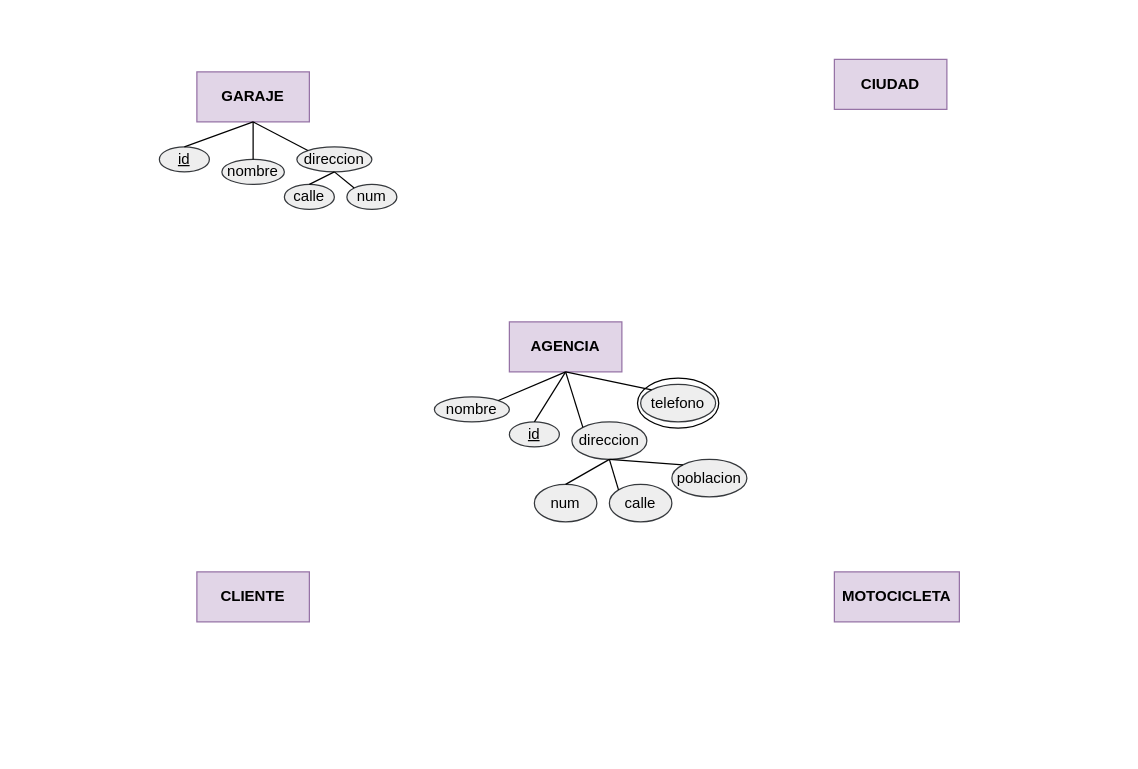
Earlier version of the draw.io diagram diagrama ER motocicletas TBD.drawio (misiomishi/itcj). Source tidied: cells renumbered, new cells numbered last; positions are measured from the earlier drawing's top-left corner, leaving out a move shared by most shapes. Both pictures are drawn from the tidied source at 125%, with x=0, y=0 at pixel (159, 59).
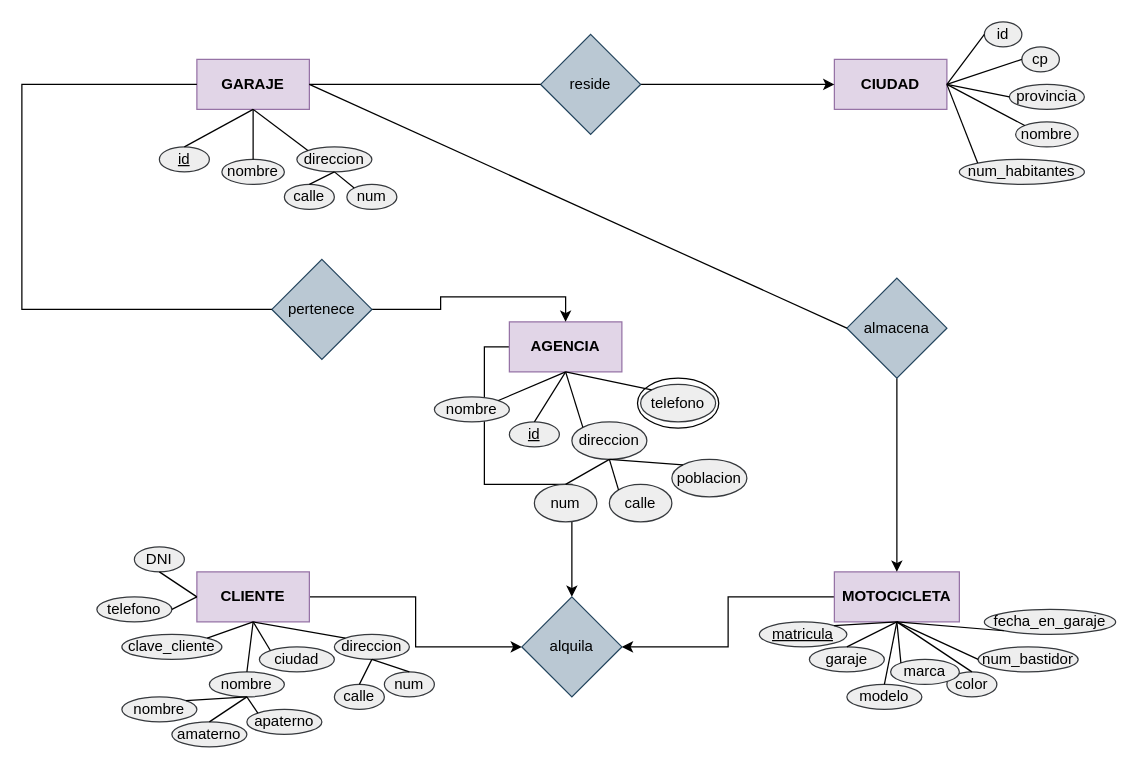
The same page after the edit.

The change refers to these unchanged cells:
```xml
<mxCell id="2" value="AGENCIA" style="rounded=0;whiteSpace=wrap;html=1;fillColor=#e1d5e7;strokeColor=#9673a6;fontStyle=1;" parent="1" vertex="1">
  <mxGeometry x="280" y="210" width="90" height="40" as="geometry" />
</mxCell>
<mxCell id="3" value="CLIENTE" style="rounded=0;whiteSpace=wrap;html=1;fillColor=#e1d5e7;strokeColor=#9673a6;fontStyle=1;" parent="1" vertex="1">
  <mxGeometry x="30" y="410" width="90" height="40" as="geometry" />
</mxCell>
<mxCell id="5" value="CIUDAD" style="rounded=0;whiteSpace=wrap;html=1;fillColor=#e1d5e7;strokeColor=#9673a6;fontStyle=1;" parent="1" vertex="1">
  <mxGeometry x="540" width="90" height="40" as="geometry" />
</mxCell>
<mxCell id="6" value="MOTOCICLETA" style="rounded=0;whiteSpace=wrap;html=1;fillColor=#e1d5e7;strokeColor=#9673a6;fontStyle=1;" parent="1" vertex="1">
  <mxGeometry x="540" y="410" width="100" height="40" as="geometry" />
</mxCell>
```

Change to the diagram source:
```diff
@@
+    <mxCell id="32" style="edgeStyle=orthogonalEdgeStyle;rounded=0;jettySize=auto;html=1;exitX=0;exitY=0.5;exitDx=0;exitDy=0;entryX=0.5;entryY=0;entryDx=0;entryDy=0;" parent="1" edge="1" source="2" target="87">
+      <mxGeometry relative="1" as="geometry" />
+    </mxCell>
@@
+    <mxCell id="33" style="edgeStyle=orthogonalEdgeStyle;rounded=0;jettySize=auto;html=1;exitX=1;exitY=0.5;exitDx=0;exitDy=0;entryX=0;entryY=0.5;entryDx=0;entryDy=0;" parent="1" edge="1" source="3" target="87">
+      <mxGeometry relative="1" as="geometry" />
+    </mxCell>
@@
     <mxCell id="4" value="GARAJE" style="rounded=0;whiteSpace=wrap;html=1;fillColor=#e1d5e7;strokeColor=#9673a6;fontStyle=1;" parent="1" vertex="1">
-      <mxGeometry x="30" y="10" width="90" height="40" as="geometry" />
+      <mxGeometry x="30" width="90" height="40" as="geometry" />
     </mxCell>
@@
+    <mxCell id="34" style="edgeStyle=orthogonalEdgeStyle;rounded=0;jettySize=auto;html=1;exitX=0;exitY=0.5;exitDx=0;exitDy=0;entryX=1;entryY=0.5;entryDx=0;entryDy=0;" parent="1" edge="1" source="6" target="87">
+      <mxGeometry relative="1" as="geometry" />
+    </mxCell>
@@
+    <mxCell id="35" value="id" style="ellipse;whiteSpace=wrap;html=1;fillColor=#eeeeee;strokeColor=#36393d;" parent="1" vertex="1">
+      <mxGeometry x="660" y="-30" width="30" height="20" as="geometry" />
+    </mxCell>
+    <mxCell id="36" value="nombre" style="ellipse;whiteSpace=wrap;html=1;fillColor=#eeeeee;strokeColor=#36393d;" parent="1" vertex="1">
+      <mxGeometry x="685" y="50" width="50" height="20" as="geometry" />
+    </mxCell>
+    <mxCell id="37" value="provincia" style="ellipse;whiteSpace=wrap;html=1;fillColor=#eeeeee;strokeColor=#36393d;" parent="1" vertex="1">
+      <mxGeometry x="680" y="20" width="60" height="20" as="geometry" />
+    </mxCell>
+    <mxCell id="38" value="num_habitantes" style="ellipse;whiteSpace=wrap;html=1;fillColor=#eeeeee;strokeColor=#36393d;" parent="1" vertex="1">
+      <mxGeometry x="640" y="80" width="100" height="20" as="geometry" />
+    </mxCell>
+    <mxCell id="39" value="cp" style="ellipse;whiteSpace=wrap;html=1;fillColor=#eeeeee;strokeColor=#36393d;" parent="1" vertex="1">
+      <mxGeometry x="690" y="-10" width="30" height="20" as="geometry" />
+    </mxCell>
+    <mxCell id="40" style="endArrow=none;html=1;rounded=0;exitX=1;exitY=0.5;exitDx=0;exitDy=0;entryX=0;entryY=0.5;entryDx=0;entryDy=0;" parent="1" edge="1" source="5" target="35">
+      <mxGeometry relative="1" as="geometry" />
+    </mxCell>
+    <mxCell id="41" style="endArrow=none;html=1;rounded=0;exitX=1;exitY=0.5;exitDx=0;exitDy=0;entryX=0;entryY=0.5;entryDx=0;entryDy=0;" parent="1" edge="1" source="5" target="39">
+      <mxGeometry relative="1" as="geometry" />
+    </mxCell>
+    <mxCell id="42" style="endArrow=none;html=1;rounded=0;exitX=1;exitY=0.5;exitDx=0;exitDy=0;entryX=0;entryY=0.5;entryDx=0;entryDy=0;" parent="1" edge="1" source="5" target="37">
+      <mxGeometry relative="1" as="geometry" />
+    </mxCell>
+    <mxCell id="43" style="endArrow=none;html=1;rounded=0;exitX=1;exitY=0.5;exitDx=0;exitDy=0;entryX=0;entryY=0;entryDx=0;entryDy=0;" parent="1" edge="1" source="5" target="36">
+      <mxGeometry relative="1" as="geometry" />
+    </mxCell>
+    <mxCell id="44" style="endArrow=none;html=1;rounded=0;exitX=1;exitY=0.5;exitDx=0;exitDy=0;entryX=0;entryY=0;entryDx=0;entryDy=0;" parent="1" edge="1" source="5" target="38">
+      <mxGeometry relative="1" as="geometry" />
+    </mxCell>
+    <mxCell id="45" value="clave_cliente" style="ellipse;whiteSpace=wrap;html=1;fillColor=#eeeeee;strokeColor=#36393d;" parent="1" vertex="1">
+      <mxGeometry x="-30" y="460" width="80" height="20" as="geometry" />
+    </mxCell>
+    <mxCell id="46" value="nombre" style="ellipse;whiteSpace=wrap;html=1;fillColor=#eeeeee;strokeColor=#36393d;" parent="1" vertex="1">
+      <mxGeometry x="40" y="490" width="60" height="20" as="geometry" />
+    </mxCell>
+    <mxCell id="47" value="nombre" style="ellipse;whiteSpace=wrap;html=1;fillColor=#eeeeee;strokeColor=#36393d;" parent="1" vertex="1">
+      <mxGeometry x="-30" y="510" width="60" height="20" as="geometry" />
+    </mxCell>
+    <mxCell id="48" value="apaterno" style="ellipse;whiteSpace=wrap;html=1;fillColor=#eeeeee;strokeColor=#36393d;" parent="1" vertex="1">
+      <mxGeometry x="70" y="520" width="60" height="20" as="geometry" />
+    </mxCell>
+    <mxCell id="49" value="amaterno" style="ellipse;whiteSpace=wrap;html=1;fillColor=#eeeeee;strokeColor=#36393d;" parent="1" vertex="1">
+      <mxGeometry x="10" y="530" width="60" height="20" as="geometry" />
+    </mxCell>
+    <mxCell id="50" value="ciudad" style="ellipse;whiteSpace=wrap;html=1;fillColor=#eeeeee;strokeColor=#36393d;" parent="1" vertex="1">
+      <mxGeometry x="80" y="470" width="60" height="20" as="geometry" />
+    </mxCell>
+    <mxCell id="51" value="calle" style="ellipse;whiteSpace=wrap;html=1;fillColor=#eeeeee;strokeColor=#36393d;" parent="1" vertex="1">
+      <mxGeometry x="140" y="500" width="40" height="20" as="geometry" />
+    </mxCell>
+    <mxCell id="52" value="num" style="ellipse;whiteSpace=wrap;html=1;fillColor=#eeeeee;strokeColor=#36393d;" parent="1" vertex="1">
+      <mxGeometry x="180" y="490" width="40" height="20" as="geometry" />
+    </mxCell>
+    <mxCell id="53" value="direccion" style="ellipse;whiteSpace=wrap;html=1;fillColor=#eeeeee;strokeColor=#36393d;" parent="1" vertex="1">
+      <mxGeometry x="140" y="460" width="60" height="20" as="geometry" />
+    </mxCell>
+    <mxCell id="54" value="telefono" style="ellipse;whiteSpace=wrap;html=1;fillColor=#eeeeee;strokeColor=#36393d;" parent="1" vertex="1">
+      <mxGeometry x="-50" y="430" width="60" height="20" as="geometry" />
+    </mxCell>
+    <mxCell id="55" value="DNI" style="ellipse;whiteSpace=wrap;html=1;fillColor=#eeeeee;strokeColor=#36393d;" parent="1" vertex="1">
+      <mxGeometry x="-20" y="390" width="40" height="20" as="geometry" />
+    </mxCell>
+    <mxCell id="56" style="endArrow=none;html=1;rounded=0;entryX=0.5;entryY=1;entryDx=0;entryDy=0;exitX=1;exitY=0;exitDx=0;exitDy=0;" parent="1" edge="1" source="45" target="3">
+      <mxGeometry relative="1" as="geometry" />
+    </mxCell>
+    <mxCell id="57" style="endArrow=none;html=1;rounded=0;entryX=0.5;entryY=1;entryDx=0;entryDy=0;exitX=0.5;exitY=0;exitDx=0;exitDy=0;" parent="1" edge="1" source="46" target="3">
+      <mxGeometry relative="1" as="geometry" />
+    </mxCell>
+    <mxCell id="58" style="endArrow=none;html=1;rounded=0;entryX=0.5;entryY=1;entryDx=0;entryDy=0;exitX=1;exitY=0;exitDx=0;exitDy=0;" parent="1" edge="1" source="47" target="46">
+      <mxGeometry relative="1" as="geometry" />
+    </mxCell>
+    <mxCell id="59" style="endArrow=none;html=1;rounded=0;entryX=0.5;entryY=1;entryDx=0;entryDy=0;exitX=0.5;exitY=0;exitDx=0;exitDy=0;" parent="1" edge="1" source="49" target="46">
+      <mxGeometry relative="1" as="geometry" />
+    </mxCell>
+    <mxCell id="60" style="endArrow=none;html=1;rounded=0;entryX=0.5;entryY=1;entryDx=0;entryDy=0;exitX=0;exitY=0;exitDx=0;exitDy=0;" parent="1" edge="1" source="48" target="46">
+      <mxGeometry relative="1" as="geometry" />
+    </mxCell>
+    <mxCell id="61" style="endArrow=none;html=1;rounded=0;entryX=0.5;entryY=1;entryDx=0;entryDy=0;exitX=0;exitY=0;exitDx=0;exitDy=0;" parent="1" edge="1" source="50" target="3">
+      <mxGeometry relative="1" as="geometry" />
+    </mxCell>
+    <mxCell id="62" style="endArrow=none;html=1;rounded=0;entryX=0;entryY=0.5;entryDx=0;entryDy=0;exitX=0.5;exitY=1;exitDx=0;exitDy=0;" parent="1" edge="1" source="55" target="3">
+      <mxGeometry relative="1" as="geometry" />
+    </mxCell>
+    <mxCell id="63" style="endArrow=none;html=1;rounded=0;entryX=0.5;entryY=1;entryDx=0;entryDy=0;exitX=0;exitY=0;exitDx=0;exitDy=0;" parent="1" edge="1" source="53" target="3">
+      <mxGeometry relative="1" as="geometry" />
+    </mxCell>
+    <mxCell id="64" style="endArrow=none;html=1;rounded=0;entryX=0.5;entryY=1;entryDx=0;entryDy=0;exitX=0.5;exitY=0;exitDx=0;exitDy=0;" parent="1" edge="1" source="51" target="53">
+      <mxGeometry relative="1" as="geometry" />
+    </mxCell>
+    <mxCell id="65" style="endArrow=none;html=1;rounded=0;entryX=0.5;entryY=1;entryDx=0;entryDy=0;exitX=0.5;exitY=0;exitDx=0;exitDy=0;" parent="1" edge="1" source="52" target="53">
+      <mxGeometry relative="1" as="geometry" />
+    </mxCell>
+    <mxCell id="66" style="endArrow=none;html=1;rounded=0;entryX=0;entryY=0.5;entryDx=0;entryDy=0;exitX=1;exitY=0.5;exitDx=0;exitDy=0;" parent="1" edge="1" source="54" target="3">
+      <mxGeometry relative="1" as="geometry" />
+    </mxCell>
+    <mxCell id="67" value="matricula" style="ellipse;whiteSpace=wrap;html=1;fillColor=#eeeeee;strokeColor=#36393d;fontStyle=4;" parent="1" vertex="1">
+      <mxGeometry x="480" y="450" width="70" height="20" as="geometry" />
+    </mxCell>
+    <mxCell id="68" value="garaje" style="ellipse;whiteSpace=wrap;html=1;fillColor=#eeeeee;strokeColor=#36393d;" parent="1" vertex="1">
+      <mxGeometry x="520" y="470" width="60" height="20" as="geometry" />
+    </mxCell>
+    <mxCell id="69" value="color" style="ellipse;whiteSpace=wrap;html=1;fillColor=#eeeeee;strokeColor=#36393d;" parent="1" vertex="1">
+      <mxGeometry x="630" y="490" width="40" height="20" as="geometry" />
+    </mxCell>
+    <mxCell id="70" value="modelo" style="ellipse;whiteSpace=wrap;html=1;fillColor=#eeeeee;strokeColor=#36393d;" parent="1" vertex="1">
+      <mxGeometry x="550" y="500" width="60" height="20" as="geometry" />
+    </mxCell>
+    <mxCell id="71" value="marca" style="ellipse;whiteSpace=wrap;html=1;fillColor=#eeeeee;strokeColor=#36393d;" parent="1" vertex="1">
+      <mxGeometry x="585" y="480" width="55" height="20" as="geometry" />
+    </mxCell>
+    <mxCell id="72" value="fecha_en_garaje" style="ellipse;whiteSpace=wrap;html=1;fillColor=#eeeeee;strokeColor=#36393d;" parent="1" vertex="1">
+      <mxGeometry x="660" y="440" width="105" height="20" as="geometry" />
+    </mxCell>
+    <mxCell id="73" value="num_bastidor" style="ellipse;whiteSpace=wrap;html=1;fillColor=#eeeeee;strokeColor=#36393d;" parent="1" vertex="1">
+      <mxGeometry x="655" y="470" width="80" height="20" as="geometry" />
+    </mxCell>
+    <mxCell id="74" style="endArrow=none;html=1;rounded=0;entryX=1;entryY=0;entryDx=0;entryDy=0;exitX=0.5;exitY=1;exitDx=0;exitDy=0;" parent="1" edge="1" source="6" target="67">
+      <mxGeometry relative="1" as="geometry" />
+    </mxCell>
+    <mxCell id="75" style="endArrow=none;html=1;rounded=0;entryX=0.5;entryY=0;entryDx=0;entryDy=0;exitX=0.5;exitY=1;exitDx=0;exitDy=0;" parent="1" edge="1" source="6" target="68">
+      <mxGeometry relative="1" as="geometry" />
+    </mxCell>
+    <mxCell id="76" style="endArrow=none;html=1;rounded=0;entryX=0.5;entryY=0;entryDx=0;entryDy=0;exitX=0.5;exitY=1;exitDx=0;exitDy=0;" parent="1" edge="1" source="6" target="70">
+      <mxGeometry relative="1" as="geometry" />
+    </mxCell>
+    <mxCell id="77" style="endArrow=none;html=1;rounded=0;entryX=0;entryY=0;entryDx=0;entryDy=0;exitX=0.5;exitY=1;exitDx=0;exitDy=0;" parent="1" edge="1" source="6" target="71">
+      <mxGeometry relative="1" as="geometry" />
+    </mxCell>
+    <mxCell id="78" style="endArrow=none;html=1;rounded=0;entryX=0.5;entryY=0;entryDx=0;entryDy=0;exitX=0.5;exitY=1;exitDx=0;exitDy=0;" parent="1" edge="1" source="6" target="69">
+      <mxGeometry relative="1" as="geometry" />
+    </mxCell>
+    <mxCell id="79" style="endArrow=none;html=1;rounded=0;entryX=0;entryY=0.5;entryDx=0;entryDy=0;exitX=0.5;exitY=1;exitDx=0;exitDy=0;" parent="1" edge="1" source="6" target="73">
+      <mxGeometry relative="1" as="geometry" />
+    </mxCell>
+    <mxCell id="80" style="endArrow=none;html=1;rounded=0;entryX=0;entryY=1;entryDx=0;entryDy=0;exitX=0.5;exitY=1;exitDx=0;exitDy=0;" parent="1" edge="1" source="6" target="72">
+      <mxGeometry relative="1" as="geometry" />
+    </mxCell>
+    <mxCell id="81" style="edgeStyle=orthogonalEdgeStyle;rounded=0;jettySize=auto;html=1;exitX=1;exitY=0.5;exitDx=0;exitDy=0;entryX=0;entryY=0.5;entryDx=0;entryDy=0;" parent="1" edge="1" source="82" target="5">
+      <mxGeometry relative="1" as="geometry" />
+    </mxCell>
+    <mxCell id="82" value="reside" style="rhombus;whiteSpace=wrap;html=1;fillColor=#bac8d3;strokeColor=#23445d;" parent="1" vertex="1">
+      <mxGeometry x="305" y="-20" width="80" height="80" as="geometry" />
+    </mxCell>
+    <mxCell id="83" style="edgeStyle=orthogonalEdgeStyle;rounded=0;jettySize=auto;html=1;exitX=1;exitY=0.5;exitDx=0;exitDy=0;entryX=0.5;entryY=0;entryDx=0;entryDy=0;" parent="1" edge="1" source="84" target="2">
+      <mxGeometry relative="1" as="geometry" />
+    </mxCell>
+    <mxCell id="84" value="pertenece" style="rhombus;whiteSpace=wrap;html=1;fillColor=#bac8d3;strokeColor=#23445d;" parent="1" vertex="1">
+      <mxGeometry x="90" y="160" width="80" height="80" as="geometry" />
+    </mxCell>
+    <mxCell id="85" style="edgeStyle=orthogonalEdgeStyle;rounded=0;jettySize=auto;html=1;exitX=0.5;exitY=1;exitDx=0;exitDy=0;entryX=0.5;entryY=0;entryDx=0;entryDy=0;" parent="1" edge="1" source="86" target="6">
+      <mxGeometry relative="1" as="geometry" />
+    </mxCell>
+    <mxCell id="86" value="almacena" style="rhombus;whiteSpace=wrap;html=1;fillColor=#bac8d3;strokeColor=#23445d;" parent="1" vertex="1">
+      <mxGeometry x="550" y="175" width="80" height="80" as="geometry" />
+    </mxCell>
+    <mxCell id="87" value="alquila" style="rhombus;whiteSpace=wrap;html=1;fillColor=#bac8d3;strokeColor=#23445d;" parent="1" vertex="1">
+      <mxGeometry x="290" y="430" width="80" height="80" as="geometry" />
+    </mxCell>
+    <mxCell id="88" style="endArrow=none;html=1;rounded=0;exitX=1;exitY=0.5;exitDx=0;exitDy=0;entryX=0;entryY=0.5;entryDx=0;entryDy=0;" parent="1" edge="1" source="4" target="82">
+      <mxGeometry relative="1" as="geometry" />
+    </mxCell>
+    <mxCell id="89" style="endArrow=none;html=1;rounded=0;entryX=0;entryY=0.5;entryDx=0;entryDy=0;exitX=0;exitY=0.5;exitDx=0;exitDy=0;" parent="1" edge="1" source="84" target="4">
+      <mxGeometry relative="1" as="geometry">
+        <Array as="points">
+          <mxPoint x="-110" y="200" />
+          <mxPoint x="-110" y="20" />
+        </Array>
+      </mxGeometry>
+    </mxCell>
+    <mxCell id="90" style="endArrow=none;html=1;rounded=0;entryX=0;entryY=0.5;entryDx=0;entryDy=0;exitX=1;exitY=0.5;exitDx=0;exitDy=0;" parent="1" edge="1" source="4" target="86">
+      <mxGeometry relative="1" as="geometry" />
+    </mxCell>
```
